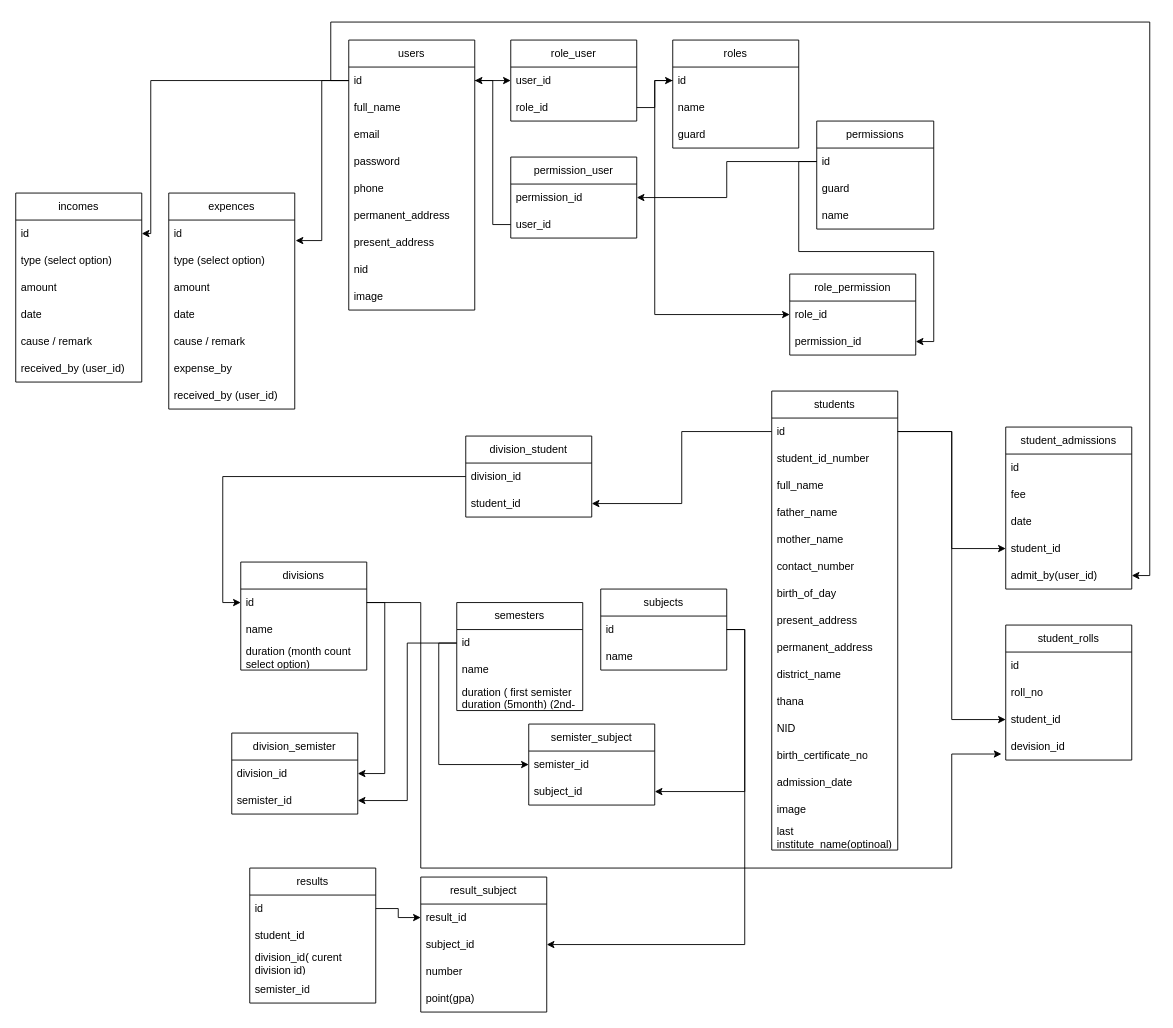
asifmics/javascript keeps this draw.io diagram as Untitled Diagram.drawio. Above is the earlier version. Source tidied: cells renumbered, new cells numbered last; positions are measured from the earlier drawing's top-left corner, leaving out a move shared by most shapes. Both pictures are drawn from the tidied source at 90%, with x=0, y=0 at pixel (15, 22).
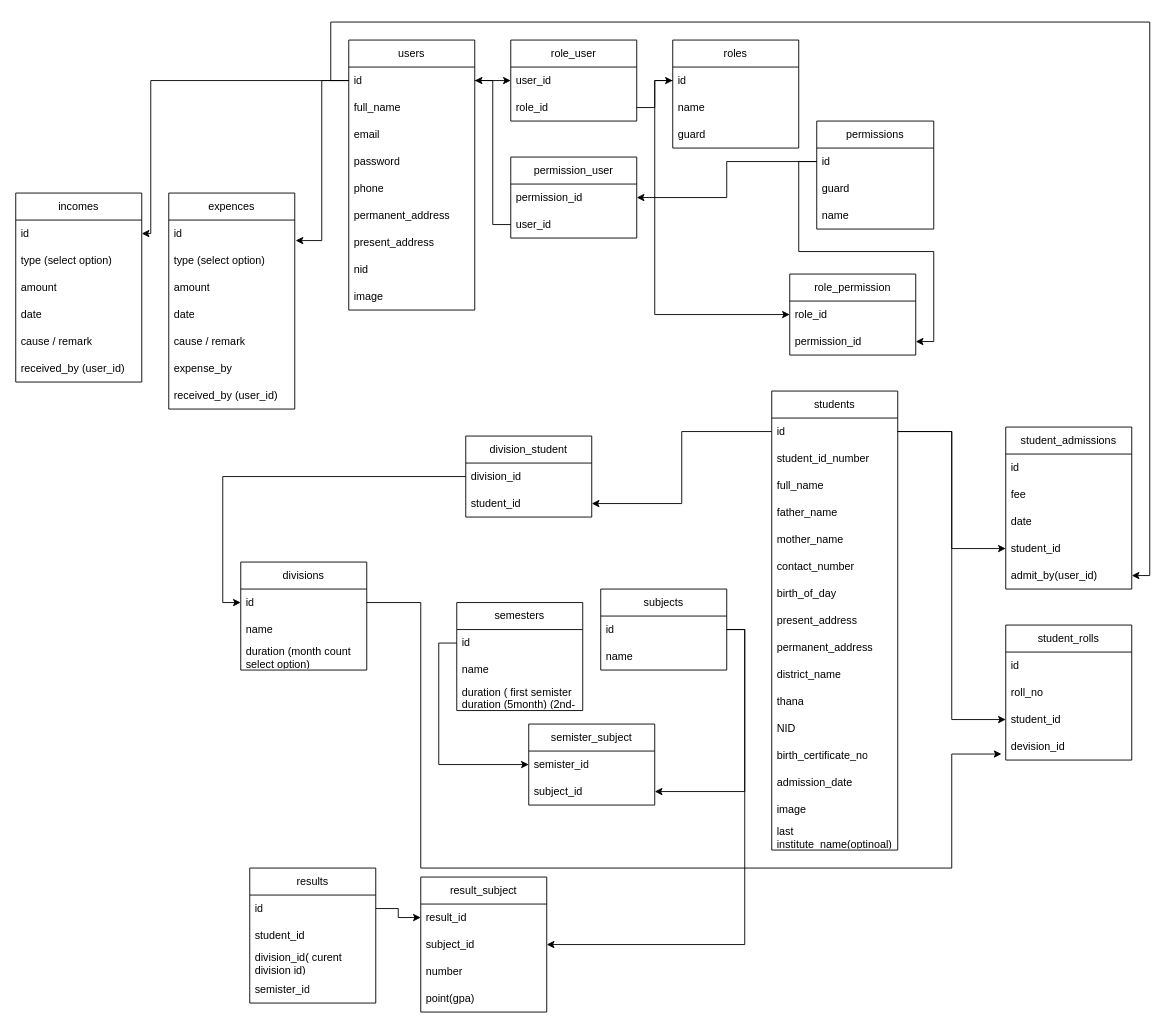
Above is the later version.

Unchanged cells that the change refers to:
```xml
<mxCell id="36" value="id" style="text;strokeColor=none;fillColor=none;align=left;verticalAlign=middle;spacingLeft=4;spacingRight=4;overflow=hidden;points=[[0,0.5],[1,0.5]];portConstraint=eastwest;whiteSpace=wrap;html=1;" parent="35" vertex="1">
  <mxGeometry y="30" width="140" height="30" as="geometry" />
</mxCell>
<mxCell id="82" value="id" style="text;strokeColor=none;fillColor=none;align=left;verticalAlign=middle;spacingLeft=4;spacingRight=4;overflow=hidden;points=[[0,0.5],[1,0.5]];portConstraint=eastwest;whiteSpace=wrap;html=1;" parent="81" vertex="1">
  <mxGeometry y="30" width="140" height="30" as="geometry" />
</mxCell>
```

The edit, as a diff of the source:
```diff
@@
-    <mxCell id="87" value="division_semister" style="swimlane;fontStyle=0;horizontal=1;startSize=30;whiteSpace=wrap;html=1;" parent="1" vertex="1">
-      <mxGeometry x="240" y="790" width="140" height="90" as="geometry" />
-    </mxCell>
-    <mxCell id="88" value="division_id" style="text;strokeColor=none;fillColor=none;align=left;verticalAlign=middle;spacingLeft=4;spacingRight=4;overflow=hidden;points=[[0,0.5],[1,0.5]];portConstraint=eastwest;whiteSpace=wrap;html=1;" parent="87" vertex="1">
-      <mxGeometry y="30" width="140" height="30" as="geometry" />
-    </mxCell>
-    <mxCell id="89" value="semister_id" style="text;strokeColor=none;fillColor=none;align=left;verticalAlign=middle;spacingLeft=4;spacingRight=4;overflow=hidden;points=[[0,0.5],[1,0.5]];portConstraint=eastwest;whiteSpace=wrap;html=1;" parent="87" vertex="1">
-      <mxGeometry y="60" width="140" height="30" as="geometry" />
-    </mxCell>
-    <mxCell id="90" style="edgeStyle=orthogonalEdgeStyle;rounded=0;jettySize=auto;html=1;exitX=0;exitY=0.5;exitDx=0;exitDy=0;entryX=1;entryY=0.5;entryDx=0;entryDy=0;" parent="1" edge="1" source="82" target="89">
-      <mxGeometry relative="1" as="geometry" />
-    </mxCell>
-    <mxCell id="91" style="edgeStyle=orthogonalEdgeStyle;rounded=0;jettySize=auto;html=1;exitX=1;exitY=0.5;exitDx=0;exitDy=0;entryX=1;entryY=0.5;entryDx=0;entryDy=0;" parent="1" edge="1" source="36" target="88">
-      <mxGeometry relative="1" as="geometry" />
-    </mxCell>
```
